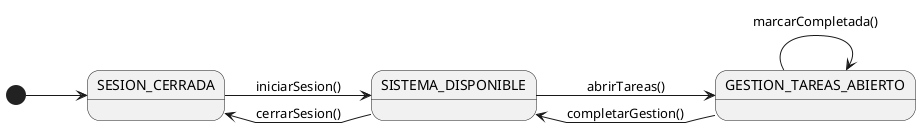
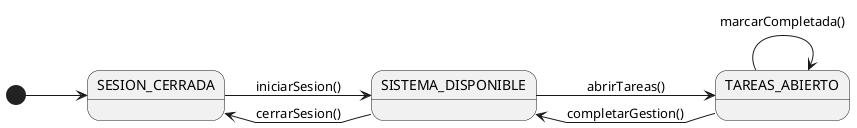
@startuml DiagramaContextoMiembro
left to right direction
skinparam linetype polyline

state "SESION_CERRADA" as NoAuth
state "SISTEMA_DISPONIBLE" as Menu

- state "GESTION_TAREAS_ABIERTO" as ListProgramas
+ state "TAREAS_ABIERTO" as ListProgramas

[*] --> NoAuth

NoAuth --> Menu : iniciarSesion()

Menu --> NoAuth : cerrarSesion()
Menu --> ListProgramas: abrirTareas()

ListProgramas --> ListProgramas: marcarCompletada()

ListProgramas --> Menu: completarGestion()
@enduml